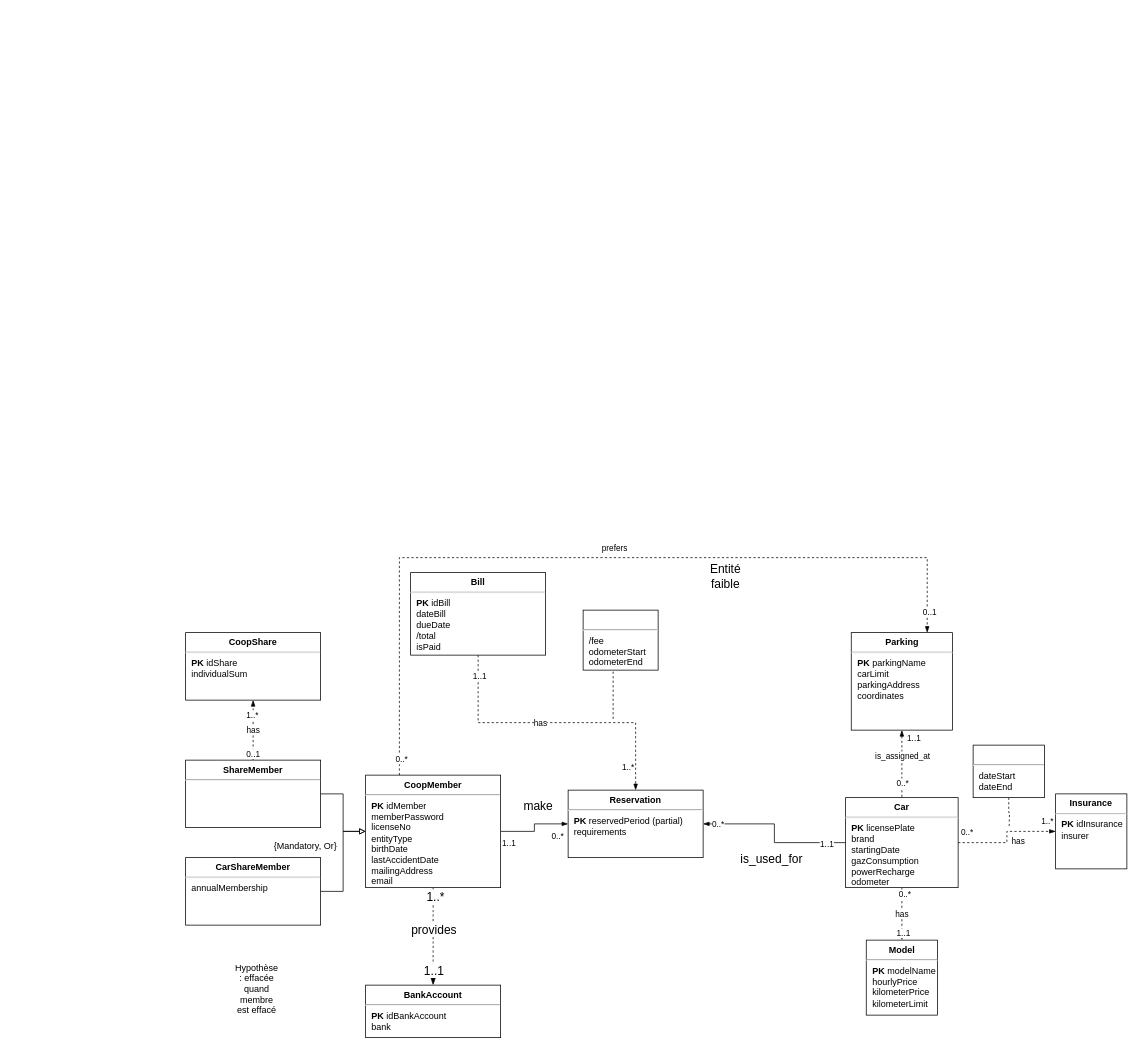
This is page "Juliette" (2 of 2) of TP4.drawio from aquarex20/TP_3710, a draw.io file, before an edit. Source tidied: cells renumbered, new cells numbered last; positions are measured from the earlier drawing's top-left corner, leaving out a move shared by most shapes. Both pictures are drawn from the tidied source at 75%, with x=0, y=0 at pixel (185, 557).
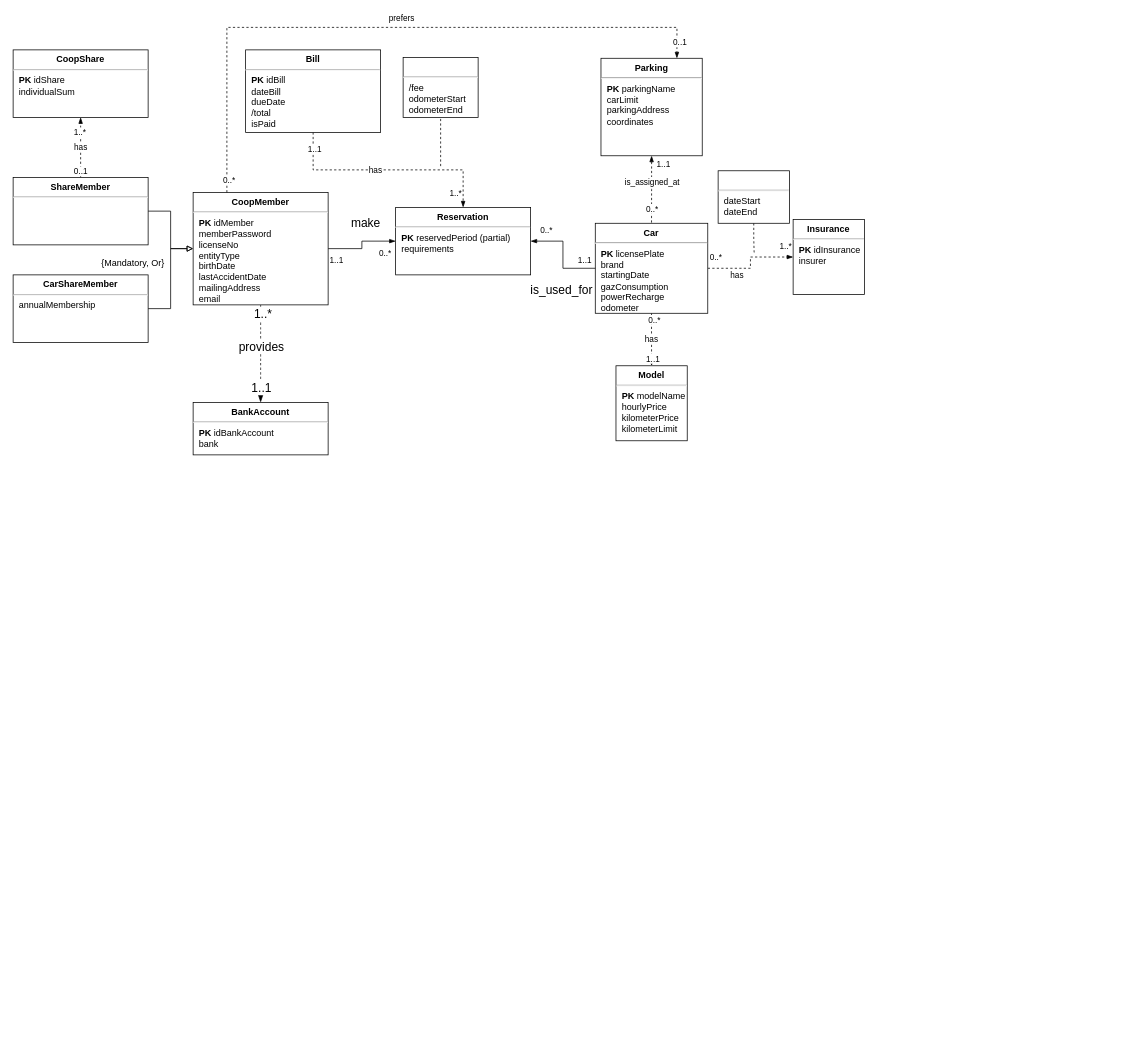
After the change.

Unchanged cells that the change refers to:
```xml
<mxCell id="20" style="edgeStyle=orthogonalEdgeStyle;rounded=0;jettySize=auto;html=1;exitX=1;exitY=0.5;exitDx=0;exitDy=0;entryX=0;entryY=0.5;entryDx=0;entryDy=0;endArrow=none;endFill=0;startArrow=blockThin;startFill=1;" parent="1" edge="1" source="50" target="8">
  <mxGeometry relative="1" as="geometry" />
</mxCell>
```

What changed in the source:
```diff
@@
     <mxCell id="2" value="has" style="edgeStyle=orthogonalEdgeStyle;rounded=0;jettySize=auto;html=1;entryX=0;entryY=0.5;entryDx=0;entryDy=0;dashed=1;endArrow=blockThin;endFill=1;" parent="1" edge="1" source="8" target="9">
-      <mxGeometry x="-0.08" y="-15" relative="1" as="geometry" />
+      <mxGeometry x="-0.4" y="-9" relative="1" as="geometry" />
     </mxCell>
@@
     <mxCell id="8" value="&lt;p style=&quot;margin:0px;margin-top:6px;text-align:center;&quot;&gt;&lt;b&gt;Car&lt;/b&gt;&lt;/p&gt;&lt;hr&gt;&lt;p style=&quot;margin:0px;margin-left:8px;&quot;&gt;&lt;b&gt;PK&lt;/b&gt; licensePlate&lt;/p&gt;&lt;p style=&quot;border-color: var(--border-color); margin: 0px 0px 0px 8px;&quot;&gt;&lt;span style=&quot;background-color: initial;&quot;&gt;brand&lt;/span&gt;&lt;br&gt;&lt;/p&gt;&lt;p style=&quot;margin:0px;margin-left:8px;&quot;&gt;startingDate&lt;/p&gt;&lt;p style=&quot;margin:0px;margin-left:8px;&quot;&gt;gazConsumption&lt;/p&gt;&lt;p style=&quot;margin:0px;margin-left:8px;&quot;&gt;powerRecharge&lt;br&gt;&lt;/p&gt;&lt;p style=&quot;margin:0px;margin-left:8px;&quot;&gt;odometer&lt;/p&gt;&lt;p style=&quot;margin:0px;margin-left:8px;&quot;&gt;&lt;br&gt;&lt;/p&gt;&lt;p style=&quot;margin:0px;margin-left:8px;&quot;&gt;&lt;br&gt;&lt;/p&gt;" style="align=left;overflow=fill;html=1;" parent="1" vertex="1">
-      <mxGeometry x="880" y="320" width="150" height="120" as="geometry" />
+      <mxGeometry x="546.2" y="-445.8" width="150" height="120" as="geometry" />
     </mxCell>
     <mxCell id="9" value="&lt;p style=&quot;margin:0px;margin-top:6px;text-align:center;&quot;&gt;&lt;b&gt;Insurance&lt;/b&gt;&lt;/p&gt;&lt;hr&gt;&lt;p style=&quot;margin:0px;margin-left:8px;&quot;&gt;&lt;b&gt;PK&lt;/b&gt; idInsurance&lt;/p&gt;&lt;p style=&quot;margin:0px;margin-left:8px;&quot;&gt;insurer&lt;/p&gt;" style="align=left;overflow=fill;html=1;" parent="1" vertex="1">
-      <mxGeometry x="1160" y="315" width="95" height="100" as="geometry" />
+      <mxGeometry x="810" y="-450.8" width="95" height="100" as="geometry" />
     </mxCell>
@@
     <mxCell id="14" value="&lt;p style=&quot;margin:0px;margin-top:6px;text-align:center;&quot;&gt;&lt;b&gt;Parking&lt;/b&gt;&lt;/p&gt;&lt;hr&gt;&lt;p style=&quot;margin:0px;margin-left:8px;&quot;&gt;&lt;b&gt;PK&lt;/b&gt;&amp;nbsp;parkingName&lt;/p&gt;&lt;p style=&quot;margin:0px;margin-left:8px;&quot;&gt;carLimit&lt;/p&gt;&lt;p style=&quot;margin:0px;margin-left:8px;&quot;&gt;parkingAddress&lt;/p&gt;&lt;p style=&quot;margin:0px;margin-left:8px;&quot;&gt;coordinates&lt;/p&gt;" style="align=left;overflow=fill;html=1;" parent="1" vertex="1">
-      <mxGeometry x="887.5" y="100" width="135" height="130" as="geometry" />
+      <mxGeometry x="553.8" y="-665.8" width="135" height="130" as="geometry" />
     </mxCell>
@@
     <mxCell id="19" value="&lt;p style=&quot;margin:0px;margin-top:6px;text-align:center;&quot;&gt;&lt;b&gt;ShareMember&lt;/b&gt;&lt;/p&gt;&lt;hr&gt;&lt;p style=&quot;margin:0px;margin-left:8px;&quot;&gt;&lt;br&gt;&lt;/p&gt;&lt;p style=&quot;margin:0px;margin-left:8px;&quot;&gt;&lt;br&gt;&lt;/p&gt;" style="align=left;overflow=fill;html=1;" parent="1" vertex="1">
-      <mxGeometry y="270" width="180" height="90" as="geometry" />
+      <mxGeometry x="-230" y="-507" width="180" height="90" as="geometry" />
     </mxCell>
@@
     <mxCell id="21" value="is_used_for" style="edgeLabel;html=1;align=center;verticalAlign=middle;fontSize=16;" parent="20" vertex="1">
       <mxGeometry x="-0.3" relative="1" as="geometry">
-        <mxPoint x="15" y="45" as="offset" />
+        <mxPoint x="-3" y="65" as="offset" />
       </mxGeometry>
     </mxCell>
     <mxCell id="22" value="0..*" style="edgeLabel;html=1;align=center;verticalAlign=middle;" parent="20" vertex="1">
-      <mxGeometry x="-0.82" relative="1" as="geometry" />
+      <mxGeometry x="-0.82" relative="1" as="geometry">
+        <mxPoint x="9" y="-15" as="offset" />
+      </mxGeometry>
     </mxCell>
     <mxCell id="23" value="1..1" style="edgeLabel;html=1;align=center;verticalAlign=middle;" parent="20" vertex="1">
-      <mxGeometry x="0.76" y="-1" relative="1" as="geometry" />
+      <mxGeometry x="0.76" y="-1" relative="1" as="geometry">
+        <mxPoint y="-12" as="offset" />
+      </mxGeometry>
     </mxCell>
@@
     <mxCell id="28" value="&lt;p style=&quot;margin:0px;margin-top:6px;text-align:center;&quot;&gt;&lt;b&gt;Bill&lt;/b&gt;&lt;/p&gt;&lt;hr&gt;&lt;p style=&quot;margin:0px;margin-left:8px;&quot;&gt;&lt;b&gt;PK&lt;/b&gt; idBill&lt;/p&gt;&lt;p style=&quot;margin:0px;margin-left:8px;&quot;&gt;dateBill&lt;/p&gt;&lt;p style=&quot;margin:0px;margin-left:8px;&quot;&gt;dueDate&lt;/p&gt;&lt;p style=&quot;margin:0px;margin-left:8px;&quot;&gt;/total&lt;/p&gt;&lt;p style=&quot;margin:0px;margin-left:8px;&quot;&gt;isPaid&lt;/p&gt;" style="align=left;overflow=fill;html=1;" parent="1" vertex="1">
-      <mxGeometry x="300" y="20" width="180" height="110" as="geometry" />
+      <mxGeometry x="80" y="-677" width="180" height="110" as="geometry" />
     </mxCell>
     <mxCell id="29" value="&lt;p style=&quot;margin:0px;margin-top:6px;text-align:center;&quot;&gt;&lt;br&gt;&lt;/p&gt;&lt;hr&gt;&lt;p style=&quot;margin:0px;margin-left:8px;&quot;&gt;&lt;span style=&quot;background-color: initial;&quot;&gt;/fee&lt;/span&gt;&lt;br&gt;&lt;/p&gt;&lt;p style=&quot;border-color: var(--border-color); margin: 0px 0px 0px 8px;&quot;&gt;odometerStart&lt;/p&gt;&lt;p style=&quot;border-color: var(--border-color); margin: 0px 0px 0px 8px;&quot;&gt;odometerEnd&lt;/p&gt;" style="align=left;overflow=fill;html=1;" parent="1" vertex="1">
-      <mxGeometry x="530" y="70" width="100" height="80" as="geometry" />
+      <mxGeometry x="290" y="-667" width="100" height="80" as="geometry" />
     </mxCell>
     <mxCell id="30" style="edgeStyle=orthogonalEdgeStyle;rounded=0;jettySize=auto;html=1;exitX=0.5;exitY=1;exitDx=0;exitDy=0;dashed=1;endArrow=none;endFill=0;" parent="1" edge="1" source="31">
       <mxGeometry relative="1" as="geometry">
-        <mxPoint x="1098" y="360" as="targetPoint" />
+        <mxPoint x="760" y="-406" as="targetPoint" />
+        <Array as="points">
+          <mxPoint x="757" y="-426" />
+          <mxPoint x="758" y="-426" />
+          <mxPoint x="758" y="-407" />
+          <mxPoint x="760" y="-407" />
+        </Array>
       </mxGeometry>
     </mxCell>
     <mxCell id="31" value="&lt;p style=&quot;margin:0px;margin-top:6px;text-align:center;&quot;&gt;&lt;br&gt;&lt;/p&gt;&lt;hr&gt;&lt;p style=&quot;margin:0px;margin-left:8px;&quot;&gt;dateStart&lt;/p&gt;&lt;p style=&quot;margin:0px;margin-left:8px;&quot;&gt;dateEnd&lt;/p&gt;" style="align=left;overflow=fill;html=1;" parent="1" vertex="1">
-      <mxGeometry x="1050" y="250" width="95" height="70" as="geometry" />
+      <mxGeometry x="710" y="-515.8" width="95" height="70" as="geometry" />
     </mxCell>
@@
     <mxCell id="33" value="&lt;p style=&quot;margin:0px;margin-top:6px;text-align:center;&quot;&gt;&lt;b&gt;CarShareMember&lt;/b&gt;&lt;/p&gt;&lt;hr&gt;&lt;p style=&quot;margin:0px;margin-left:8px;&quot;&gt;annualMembership&lt;/p&gt;" style="align=left;overflow=fill;html=1;" parent="1" vertex="1">
-      <mxGeometry y="400" width="180" height="90" as="geometry" />
+      <mxGeometry x="-230" y="-377" width="180" height="90" as="geometry" />
     </mxCell>
     <mxCell id="34" value="&lt;p style=&quot;margin:0px;margin-top:6px;text-align:center;&quot;&gt;&lt;b&gt;CoopShare&lt;/b&gt;&lt;/p&gt;&lt;hr&gt;&lt;p style=&quot;margin:0px;margin-left:8px;&quot;&gt;&lt;b&gt;PK &lt;/b&gt;idShare&lt;/p&gt;&lt;p style=&quot;margin:0px;margin-left:8px;&quot;&gt;individualSum&lt;/p&gt;&lt;p style=&quot;margin:0px;margin-left:8px;&quot;&gt;&lt;br&gt;&lt;/p&gt;" style="align=left;overflow=fill;html=1;" parent="1" vertex="1">
-      <mxGeometry y="100" width="180" height="90" as="geometry" />
+      <mxGeometry x="-230" y="-677" width="180" height="90" as="geometry" />
     </mxCell>
@@
     <mxCell id="43" value="&lt;p style=&quot;margin:0px;margin-top:6px;text-align:center;&quot;&gt;&lt;b&gt;CoopMember&lt;/b&gt;&lt;/p&gt;&lt;hr&gt;&lt;p style=&quot;margin:0px;margin-left:8px;&quot;&gt;&lt;b&gt;PK &lt;/b&gt;idMember&lt;/p&gt;&lt;p style=&quot;margin:0px;margin-left:8px;&quot;&gt;memberPassword&lt;/p&gt;&lt;p style=&quot;margin:0px;margin-left:8px;&quot;&gt;licenseNo&lt;/p&gt;&lt;p style=&quot;margin:0px;margin-left:8px;&quot;&gt;entityType&lt;/p&gt;&lt;p style=&quot;margin:0px;margin-left:8px;&quot;&gt;birthDate&lt;br&gt;&lt;/p&gt;&lt;p style=&quot;margin:0px;margin-left:8px;&quot;&gt;lastAccidentDate&lt;br&gt;&lt;/p&gt;&lt;p style=&quot;margin:0px;margin-left:8px;&quot;&gt;mailingAddress&lt;/p&gt;&lt;p style=&quot;margin:0px;margin-left:8px;&quot;&gt;email&lt;/p&gt;&lt;p style=&quot;margin:0px;margin-left:8px;&quot;&gt;&lt;br&gt;&lt;/p&gt;" style="align=left;overflow=fill;html=1;" parent="1" vertex="1">
-      <mxGeometry x="240" y="290" width="180" height="150" as="geometry" />
+      <mxGeometry x="10" y="-487" width="180" height="150" as="geometry" />
     </mxCell>
     <mxCell id="44" value="&lt;p style=&quot;margin:0px;margin-top:6px;text-align:center;&quot;&gt;&lt;b&gt;BankAccount&lt;/b&gt;&lt;/p&gt;&lt;hr&gt;&lt;p style=&quot;margin:0px;margin-left:8px;&quot;&gt;&lt;b&gt;PK&lt;/b&gt; idBankAccount&lt;/p&gt;&lt;p style=&quot;margin:0px;margin-left:8px;&quot;&gt;bank&lt;/p&gt;" style="align=left;overflow=fill;html=1;" parent="1" vertex="1">
-      <mxGeometry x="240" y="570" width="180" height="70" as="geometry" />
+      <mxGeometry x="10" y="-207" width="180" height="70" as="geometry" />
     </mxCell>
-    <mxCell id="45" style="edgeStyle=orthogonalEdgeStyle;rounded=0;jettySize=auto;html=1;entryX=0.75;entryY=0;entryDx=0;entryDy=0;exitX=0.25;exitY=0;exitDx=0;exitDy=0;endArrow=blockThin;dashed=1;endFill=1;" parent="1" edge="1" source="43" target="14">
+    <mxCell id="45" style="edgeStyle=orthogonalEdgeStyle;rounded=0;jettySize=auto;html=1;exitX=0.25;exitY=0;exitDx=0;exitDy=0;endArrow=blockThin;dashed=1;endFill=1;entryX=0.75;entryY=0;entryDx=0;entryDy=0;" parent="1" edge="1" source="43" target="14">
       <mxGeometry relative="1" as="geometry">
         <Array as="points">
-          <mxPoint x="285" />
-          <mxPoint x="989" />
+          <mxPoint x="55" y="-707" />
+          <mxPoint x="655" y="-707" />
         </Array>
       </mxGeometry>
     </mxCell>
@@
-    <mxCell id="49" value="Entité faible" style="text;html=1;strokeColor=none;fillColor=none;align=center;verticalAlign=middle;whiteSpace=wrap;rounded=0;fontSize=16;" parent="1" vertex="1">
-      <mxGeometry x="690" y="10" width="60" height="30" as="geometry" />
-    </mxCell>
     <mxCell id="50" value="&lt;p style=&quot;margin:0px;margin-top:6px;text-align:center;&quot;&gt;&lt;b&gt;Reservation&lt;/b&gt;&lt;/p&gt;&lt;hr&gt;&lt;p style=&quot;border-color: var(--border-color); margin: 0px 0px 0px 8px;&quot;&gt;&lt;b&gt;PK&lt;/b&gt;&amp;nbsp;reservedPeriod (partial)&lt;/p&gt;&lt;p style=&quot;border-color: var(--border-color); margin: 0px 0px 0px 8px;&quot;&gt;&lt;span style=&quot;background-color: initial;&quot;&gt;requirements&lt;/span&gt;&lt;/p&gt;" style="align=left;overflow=fill;html=1;" parent="1" vertex="1">
-      <mxGeometry x="510" y="310" width="180" height="90" as="geometry" />
+      <mxGeometry x="280" y="-467" width="180" height="90" as="geometry" />
     </mxCell>
-    <mxCell id="51" value="Hypothèse : effacée quand membre est effacé" style="text;html=1;strokeColor=none;fillColor=none;align=center;verticalAlign=middle;whiteSpace=wrap;rounded=0;" parent="1" vertex="1">
-      <mxGeometry x="65" y="560" width="60" height="30" as="geometry" />
-    </mxCell>
     <mxCell id="52" value="&lt;p style=&quot;margin:0px;margin-top:6px;text-align:center;&quot;&gt;&lt;b&gt;Model&lt;/b&gt;&lt;/p&gt;&lt;hr&gt;&lt;p style=&quot;margin:0px;margin-left:8px;&quot;&gt;&lt;b&gt;PK&lt;/b&gt; modelName&lt;/p&gt;&lt;p style=&quot;margin:0px;margin-left:8px;&quot;&gt;hourlyPrice&lt;/p&gt;&lt;p style=&quot;margin:0px;margin-left:8px;&quot;&gt;kilometerPrice&lt;/p&gt;&lt;p style=&quot;margin:0px;margin-left:8px;&quot;&gt;kilometerLimit&lt;/p&gt;" style="align=left;overflow=fill;html=1;" parent="1" vertex="1">
-      <mxGeometry x="907.5" y="510" width="95" height="100" as="geometry" />
+      <mxGeometry x="573.8" y="-255.8" width="95" height="100" as="geometry" />
     </mxCell>
     <mxCell id="53" value="{Mandatory, Or}" style="text;html=1;strokeColor=none;fillColor=none;align=center;verticalAlign=middle;whiteSpace=wrap;rounded=0;" parent="1" vertex="1">
-      <mxGeometry x="110" y="370" width="100" height="30" as="geometry" />
+      <mxGeometry x="-120" y="-407" width="100" height="30" as="geometry" />
     </mxCell>
     <mxCell id="54" style="endArrow=none;dashed=1;html=1;rounded=0;" parent="1" edge="1">
       <mxGeometry relative="1" as="geometry">
-        <mxPoint x="570" y="215" as="sourcePoint" />
-        <mxPoint x="570" y="150" as="targetPoint" />
+        <mxPoint x="340" y="-522" as="sourcePoint" />
+        <mxPoint x="340" y="-587" as="targetPoint" />
       </mxGeometry>
     </mxCell>
```
